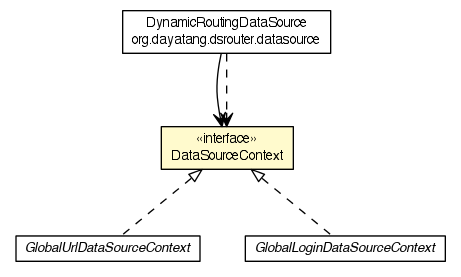
The Graphviz diagram dddlib-datasource-router/apidocs/org/dayatang/dsrouter/context/DataSourceContext.png in dayatang/dddlib, before a commit. Its source is kept beside it as dddlib-datasource-router/apidocs/org/dayatang/dsrouter/context/DataSourceContext.dot. Source of this version:
```dot

digraph G {
	edge [fontname="Helvetica",fontsize=10,labelfontname="Helvetica",labelfontsize=10];
	node [fontname="Helvetica",fontsize=10,shape=plaintext];
	nodesep=0.25;
	ranksep=0.5;
	c230 [label=<<table title="org.dayatang.dsrouter.context.GlobalUrlDataSourceContext" border="0" cellborder="1" cellspacing="0" cellpadding="2" port="p" href="./GlobalUrlDataSourceContext.html">
		<tr><td><table border="0" cellspacing="0" cellpadding="1">
<tr><td align="center" balign="center"><font face="Helvetica-Oblique"> GlobalUrlDataSourceContext </font></td></tr>
		</table></td></tr>
		</table>>, URL="./GlobalUrlDataSourceContext.html", fontname="Helvetica", fontcolor="black", fontsize=10.0];
	c231 [label=<<table title="org.dayatang.dsrouter.context.GlobalLoginDataSourceContext" border="0" cellborder="1" cellspacing="0" cellpadding="2" port="p" href="./GlobalLoginDataSourceContext.html">
		<tr><td><table border="0" cellspacing="0" cellpadding="1">
<tr><td align="center" balign="center"><font face="Helvetica-Oblique"> GlobalLoginDataSourceContext </font></td></tr>
		</table></td></tr>
		</table>>, URL="./GlobalLoginDataSourceContext.html", fontname="Helvetica", fontcolor="black", fontsize=10.0];
	c232 [label=<<table title="org.dayatang.dsrouter.context.DataSourceContext" border="0" cellborder="1" cellspacing="0" cellpadding="2" port="p" bgcolor="lemonChiffon" href="./DataSourceContext.html">
		<tr><td><table border="0" cellspacing="0" cellpadding="1">
<tr><td align="center" balign="center"> &#171;interface&#187; </td></tr>
<tr><td align="center" balign="center"> DataSourceContext </td></tr>
		</table></td></tr>
		</table>>, URL="./DataSourceContext.html", fontname="Helvetica", fontcolor="black", fontsize=10.0];
	c236 [label=<<table title="org.dayatang.dsrouter.datasource.DynamicRoutingDataSource" border="0" cellborder="1" cellspacing="0" cellpadding="2" port="p" href="../datasource/DynamicRoutingDataSource.html">
		<tr><td><table border="0" cellspacing="0" cellpadding="1">
<tr><td align="center" balign="center"> DynamicRoutingDataSource </td></tr>
<tr><td align="center" balign="center"> org.dayatang.dsrouter.datasource </td></tr>
		</table></td></tr>
		</table>>, URL="../datasource/DynamicRoutingDataSource.html", fontname="Helvetica", fontcolor="black", fontsize=10.0];
	c232:p -> c230:p [dir=back,arrowtail=empty,style=dashed];
	c232:p -> c231:p [dir=back,arrowtail=empty,style=dashed];
	c236:p -> c232:p [taillabel="", label=" "headlabel="", fontname="Helvetica", fontcolor="black", fontsize=10.0, color="black", arrowhead=open];
	c236:p -> c232:p [taillabel="", label=" "headlabel="", fontname="Helvetica", fontcolor="black", fontsize=10.0, color="black", arrowhead=open, style=dashed];
}
```
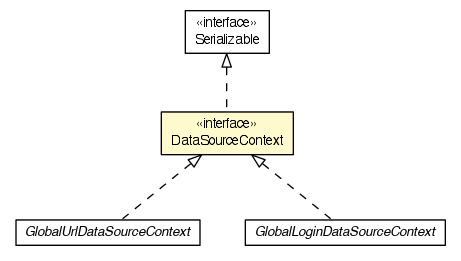
After the commit.

Change to the diagram source:
```diff
@@ -4,30 +4,29 @@
 	node [fontname="Helvetica",fontsize=10,shape=plaintext];
 	nodesep=0.25;
 	ranksep=0.5;
-	c230 [label=<<table title="org.dayatang.dsrouter.context.GlobalUrlDataSourceContext" border="0" cellborder="1" cellspacing="0" cellpadding="2" port="p" href="./GlobalUrlDataSourceContext.html">
+	c222 [label=<<table title="org.dayatang.dsrouter.context.GlobalUrlDataSourceContext" border="0" cellborder="1" cellspacing="0" cellpadding="2" port="p" href="./GlobalUrlDataSourceContext.html">
 		<tr><td><table border="0" cellspacing="0" cellpadding="1">
 <tr><td align="center" balign="center"><font face="Helvetica-Oblique"> GlobalUrlDataSourceContext </font></td></tr>
 		</table></td></tr>
 		</table>>, URL="./GlobalUrlDataSourceContext.html", fontname="Helvetica", fontcolor="black", fontsize=10.0];
-	c231 [label=<<table title="org.dayatang.dsrouter.context.GlobalLoginDataSourceContext" border="0" cellborder="1" cellspacing="0" cellpadding="2" port="p" href="./GlobalLoginDataSourceContext.html">
+	c223 [label=<<table title="org.dayatang.dsrouter.context.GlobalLoginDataSourceContext" border="0" cellborder="1" cellspacing="0" cellpadding="2" port="p" href="./GlobalLoginDataSourceContext.html">
 		<tr><td><table border="0" cellspacing="0" cellpadding="1">
 <tr><td align="center" balign="center"><font face="Helvetica-Oblique"> GlobalLoginDataSourceContext </font></td></tr>
 		</table></td></tr>
 		</table>>, URL="./GlobalLoginDataSourceContext.html", fontname="Helvetica", fontcolor="black", fontsize=10.0];
-	c232 [label=<<table title="org.dayatang.dsrouter.context.DataSourceContext" border="0" cellborder="1" cellspacing="0" cellpadding="2" port="p" bgcolor="lemonChiffon" href="./DataSourceContext.html">
+	c224 [label=<<table title="org.dayatang.dsrouter.context.DataSourceContext" border="0" cellborder="1" cellspacing="0" cellpadding="2" port="p" bgcolor="lemonChiffon" href="./DataSourceContext.html">
 		<tr><td><table border="0" cellspacing="0" cellpadding="1">
 <tr><td align="center" balign="center"> &#171;interface&#187; </td></tr>
 <tr><td align="center" balign="center"> DataSourceContext </td></tr>
 		</table></td></tr>
 		</table>>, URL="./DataSourceContext.html", fontname="Helvetica", fontcolor="black", fontsize=10.0];
-	c236 [label=<<table title="org.dayatang.dsrouter.datasource.DynamicRoutingDataSource" border="0" cellborder="1" cellspacing="0" cellpadding="2" port="p" href="../datasource/DynamicRoutingDataSource.html">
+	c224:p -> c222:p [dir=back,arrowtail=empty,style=dashed];
+	c224:p -> c223:p [dir=back,arrowtail=empty,style=dashed];
+	c233:p -> c224:p [dir=back,arrowtail=empty,style=dashed];
+	c233 [label=<<table title="java.io.Serializable" border="0" cellborder="1" cellspacing="0" cellpadding="2" port="p" href="http://download.oracle.com/javase/7/docs/api/java/io/Serializable.html">
 		<tr><td><table border="0" cellspacing="0" cellpadding="1">
-<tr><td align="center" balign="center"> DynamicRoutingDataSource </td></tr>
-<tr><td align="center" balign="center"> org.dayatang.dsrouter.datasource </td></tr>
+<tr><td align="center" balign="center"> &#171;interface&#187; </td></tr>
+<tr><td align="center" balign="center"> Serializable </td></tr>
 		</table></td></tr>
-		</table>>, URL="../datasource/DynamicRoutingDataSource.html", fontname="Helvetica", fontcolor="black", fontsize=10.0];
-	c232:p -> c230:p [dir=back,arrowtail=empty,style=dashed];
-	c232:p -> c231:p [dir=back,arrowtail=empty,style=dashed];
-	c236:p -> c232:p [taillabel="", label=" "headlabel="", fontname="Helvetica", fontcolor="black", fontsize=10.0, color="black", arrowhead=open];
-	c236:p -> c232:p [taillabel="", label=" "headlabel="", fontname="Helvetica", fontcolor="black", fontsize=10.0, color="black", arrowhead=open, style=dashed];
+		</table>>, URL="http://download.oracle.com/javase/7/docs/api/java/io/Serializable.html", fontname="Helvetica", fontcolor="black", fontsize=10.0];
 }
```
